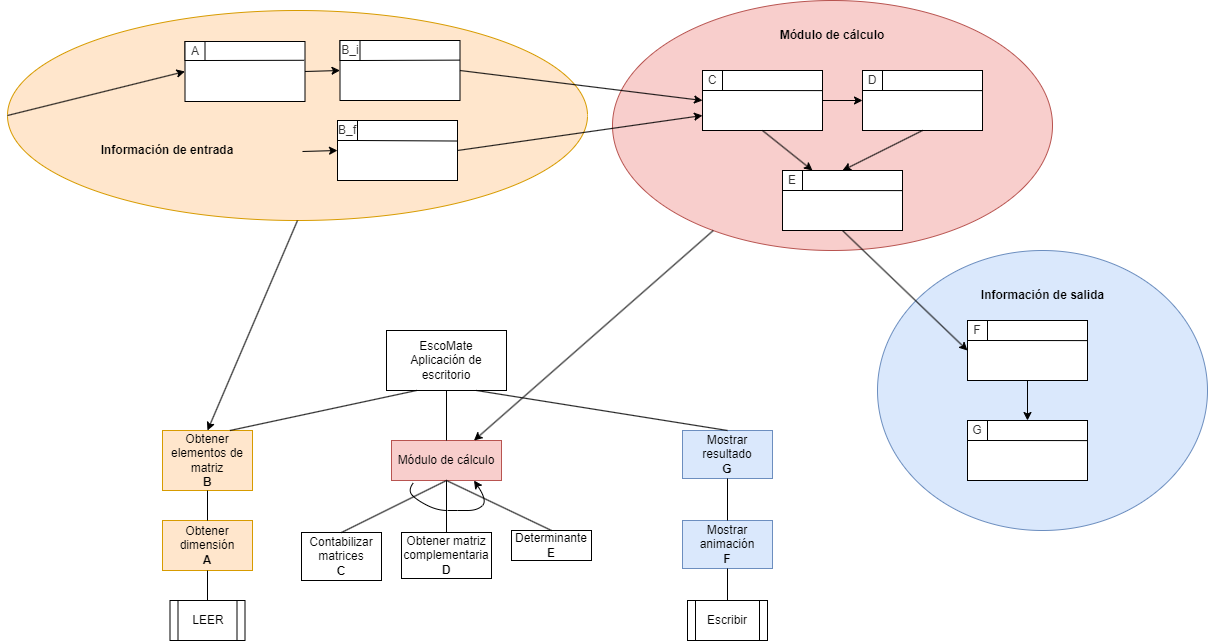
Earlier version of the draw.io export Documentos/Diagramas/DiagramaEstructura-DiagramaWeb.drawio.png (DiegoZunigaRguez/determinantsByBlocks). Source tidied: cells renumbered, new cells last; positions are measured from the earlier drawing's top-left corner, leaving out a move shared by most shapes.
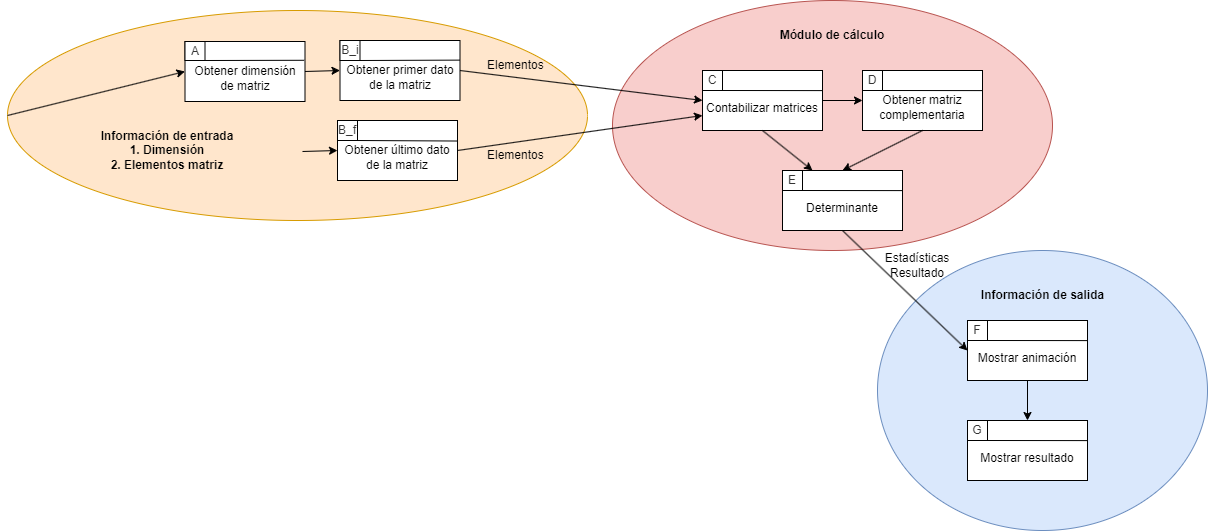
Later version of the same file.

What changed in the source:
```diff
@@ -10,17 +10,2 @@
     </mxCell>
-    <mxCell id="4" value="EscoMate&lt;br&gt;Aplicación de escritorio" style="rounded=0;whiteSpace=wrap;html=1;" parent="1" vertex="1">
-      <mxGeometry x="379" y="330" width="120" height="60" as="geometry" />
-    </mxCell>
-    <mxCell id="5" value="Obtener dimensión&lt;br&gt;&lt;b&gt;A&lt;/b&gt;" style="rounded=0;whiteSpace=wrap;html=1;fillColor=#ffe6cc;strokeColor=#d79b00;" parent="1" vertex="1">
-      <mxGeometry x="155" y="520" width="90" height="50" as="geometry" />
-    </mxCell>
-    <mxCell id="6" value="Obtener elementos de matriz&lt;br&gt;&lt;b&gt;B&lt;/b&gt;" style="rounded=0;whiteSpace=wrap;html=1;fillColor=#ffe6cc;strokeColor=#d79b00;" parent="1" vertex="1">
-      <mxGeometry x="155" y="430" width="90" height="60" as="geometry" />
-    </mxCell>
-    <mxCell id="7" value="LEER" style="shape=process;whiteSpace=wrap;html=1;backgroundOutline=1;" parent="1" vertex="1">
-      <mxGeometry x="162.5" y="600" width="75" height="40" as="geometry" />
-    </mxCell>
-    <mxCell id="8" value="Módulo de cálculo" style="rounded=0;whiteSpace=wrap;html=1;fillColor=#f8cecc;strokeColor=#b85450;" parent="1" vertex="1">
-      <mxGeometry x="384" y="440" width="110" height="40" as="geometry" />
-    </mxCell>
     <mxCell id="9" style="ellipse;whiteSpace=wrap;html=1;fillColor=#ffe6cc;strokeColor=#d79b00;" parent="1" vertex="1">
@@ -34,5 +19,5 @@
     </mxCell>
-    <mxCell id="12" style="rounded=0;whiteSpace=wrap;html=1;" parent="11" vertex="1">
-      <mxGeometry width="120" height="60" as="geometry" />
-    </mxCell>
+    <mxCell id="75" value="&lt;br&gt;Obtener primer dato de la matriz" style="rounded=0;whiteSpace=wrap;html=1;" parent="11" vertex="1">
+      <mxGeometry width="120" height="60" as="geometry" />
+    </mxCell>
     <mxCell id="13" value="B_i" style="text;html=1;align=center;verticalAlign=middle;whiteSpace=wrap;rounded=0;fillColor=#FFFFFF;fontColor=#333333;strokeColor=#000000;" parent="11" vertex="1">
@@ -40,11 +25,11 @@
     </mxCell>
-    <mxCell id="14" style="endArrow=none;html=1;rounded=0;exitX=1;exitY=1;exitDx=0;exitDy=0;entryX=0.999;entryY=0.327;entryDx=0;entryDy=0;entryPerimeter=0;" parent="11" edge="1" source="13" target="12">
-      <mxGeometry relative="1" as="geometry" />
-    </mxCell>
-    <mxCell id="15" style="rounded=0;whiteSpace=wrap;html=1;" parent="10" vertex="1">
-      <mxGeometry y="1" width="120" height="60" as="geometry" />
-    </mxCell>
-    <mxCell id="16" style="endArrow=classic;html=1;rounded=0;exitX=1;exitY=0.5;exitDx=0;exitDy=0;entryX=0;entryY=0.5;entryDx=0;entryDy=0;" parent="10" edge="1" source="15" target="12">
-      <mxGeometry relative="1" as="geometry" />
-    </mxCell>
+    <mxCell id="76" style="endArrow=none;html=1;rounded=0;exitX=1;exitY=1;exitDx=0;exitDy=0;entryX=0.999;entryY=0.327;entryDx=0;entryDy=0;entryPerimeter=0;" parent="11" edge="1" source="13" target="75">
+      <mxGeometry relative="1" as="geometry" />
+    </mxCell>
+    <mxCell id="77" value="&lt;br&gt;Obtener dimensión de matriz" style="rounded=0;whiteSpace=wrap;html=1;" parent="10" vertex="1">
+      <mxGeometry y="1" width="120" height="60" as="geometry" />
+    </mxCell>
+    <mxCell id="78" style="endArrow=classic;html=1;rounded=0;exitX=1;exitY=0.5;exitDx=0;exitDy=0;entryX=0;entryY=0.5;entryDx=0;entryDy=0;" parent="10" edge="1" source="77" target="75">
+      <mxGeometry relative="1" as="geometry" />
+    </mxCell>
     <mxCell id="17" value="A" style="text;html=1;align=center;verticalAlign=middle;whiteSpace=wrap;rounded=0;fillColor=#FFFFFF;fontColor=#333333;strokeColor=#000000;" parent="10" vertex="1">
@@ -52,50 +37,8 @@
     </mxCell>
-    <mxCell id="18" style="endArrow=none;html=1;rounded=0;exitX=1;exitY=1;exitDx=0;exitDy=0;entryX=0.993;entryY=0.313;entryDx=0;entryDy=0;entryPerimeter=0;" parent="10" edge="1" source="17" target="15">
-      <mxGeometry relative="1" as="geometry" />
-    </mxCell>
-    <mxCell id="19" style="endArrow=classic;html=1;rounded=0;exitX=0;exitY=0.5;exitDx=0;exitDy=0;entryX=0;entryY=0.5;entryDx=0;entryDy=0;" parent="1" edge="1" source="9" target="15">
-      <mxGeometry relative="1" as="geometry" />
-    </mxCell>
-    <mxCell id="20" value="Obtener matriz complementaria&lt;br&gt;&lt;b&gt;D&lt;/b&gt;" style="rounded=0;whiteSpace=wrap;html=1;" parent="1" vertex="1">
-      <mxGeometry x="394" y="532" width="90" height="46" as="geometry" />
-    </mxCell>
-    <mxCell id="21" value="Contabilizar matrices&lt;br&gt;&lt;b&gt;C&lt;/b&gt;" style="rounded=0;whiteSpace=wrap;html=1;" parent="1" vertex="1">
-      <mxGeometry x="294" y="532" width="80" height="48" as="geometry" />
-    </mxCell>
-    <mxCell id="22" value="Determinante&lt;br&gt;&lt;b&gt;E&lt;/b&gt;" style="rounded=0;whiteSpace=wrap;html=1;" parent="1" vertex="1">
-      <mxGeometry x="504" y="530" width="80" height="30" as="geometry" />
-    </mxCell>
-    <mxCell id="23" style="endArrow=none;html=1;rounded=0;entryX=0.5;entryY=1;entryDx=0;entryDy=0;exitX=0.5;exitY=0;exitDx=0;exitDy=0;" parent="1" edge="1" source="21" target="8">
-      <mxGeometry relative="1" as="geometry" />
-    </mxCell>
-    <mxCell id="24" style="endArrow=none;html=1;rounded=0;entryX=0.5;entryY=1;entryDx=0;entryDy=0;exitX=0.5;exitY=0;exitDx=0;exitDy=0;" parent="1" edge="1" source="20" target="8">
-      <mxGeometry relative="1" as="geometry" />
-    </mxCell>
-    <mxCell id="25" style="endArrow=none;html=1;rounded=0;entryX=0.5;entryY=1;entryDx=0;entryDy=0;exitX=0.5;exitY=0;exitDx=0;exitDy=0;" parent="1" edge="1" source="22" target="8">
-      <mxGeometry relative="1" as="geometry" />
-    </mxCell>
-    <mxCell id="26" style="curved=1;endArrow=classic;html=1;rounded=0;exitX=0.199;exitY=1.057;exitDx=0;exitDy=0;exitPerimeter=0;entryX=0.75;entryY=1;entryDx=0;entryDy=0;" parent="1" edge="1" source="8" target="8">
-      <mxGeometry relative="1" as="geometry">
-        <Array as="points">
-          <mxPoint x="400" y="490" />
-          <mxPoint x="410" y="500" />
-          <mxPoint x="430" y="510" />
-          <mxPoint x="450" y="510" />
-          <mxPoint x="470" y="510" />
-          <mxPoint x="480" y="500" />
-        </Array>
-      </mxGeometry>
-    </mxCell>
-    <mxCell id="27" style="endArrow=none;html=1;rounded=0;entryX=0.25;entryY=1;entryDx=0;entryDy=0;exitX=0.75;exitY=0;exitDx=0;exitDy=0;" parent="1" edge="1" source="6" target="4">
-      <mxGeometry relative="1" as="geometry" />
-    </mxCell>
-    <mxCell id="28" style="endArrow=none;html=1;rounded=0;entryX=0.5;entryY=1;entryDx=0;entryDy=0;" parent="1" edge="1" source="5" target="6">
-      <mxGeometry relative="1" as="geometry" />
-    </mxCell>
-    <mxCell id="29" style="endArrow=none;html=1;rounded=0;entryX=0.5;entryY=1;entryDx=0;entryDy=0;exitX=0.5;exitY=0;exitDx=0;exitDy=0;" parent="1" edge="1" source="7" target="5">
-      <mxGeometry relative="1" as="geometry" />
-    </mxCell>
-    <mxCell id="30" style="endArrow=classic;html=1;rounded=0;entryX=0.5;entryY=0;entryDx=0;entryDy=0;exitX=0.5;exitY=1;exitDx=0;exitDy=0;" parent="1" edge="1" source="9" target="6">
-      <mxGeometry relative="1" as="geometry" />
-    </mxCell>
+    <mxCell id="79" style="endArrow=none;html=1;rounded=0;exitX=1;exitY=1;exitDx=0;exitDy=0;entryX=0.993;entryY=0.313;entryDx=0;entryDy=0;entryPerimeter=0;" parent="10" edge="1" source="17" target="77">
+      <mxGeometry relative="1" as="geometry" />
+    </mxCell>
+    <mxCell id="80" style="endArrow=classic;html=1;rounded=0;exitX=0;exitY=0.5;exitDx=0;exitDy=0;entryX=0;entryY=0.5;entryDx=0;entryDy=0;" parent="1" edge="1" source="9" target="77">
+      <mxGeometry relative="1" as="geometry" />
+    </mxCell>
     <mxCell id="31" style="group;" parent="1" vertex="1">
@@ -106,5 +49,5 @@
     </mxCell>
-    <mxCell id="33" style="rounded=0;whiteSpace=wrap;html=1;" parent="32" vertex="1">
-      <mxGeometry width="120" height="60" as="geometry" />
-    </mxCell>
+    <mxCell id="81" value="&lt;br&gt;Obtener último dato de la matriz" style="rounded=0;whiteSpace=wrap;html=1;" parent="32" vertex="1">
+      <mxGeometry width="120" height="60" as="geometry" />
+    </mxCell>
     <mxCell id="34" value="B_f" style="text;html=1;align=center;verticalAlign=middle;whiteSpace=wrap;rounded=0;fillColor=#FFFFFF;fontColor=#333333;strokeColor=#000000;" parent="32" vertex="1">
@@ -112,10 +55,10 @@
     </mxCell>
-    <mxCell id="35" style="endArrow=none;html=1;rounded=0;exitX=1;exitY=1;exitDx=0;exitDy=0;entryX=0.992;entryY=0.342;entryDx=0;entryDy=0;entryPerimeter=0;" parent="32" edge="1" source="34" target="33">
-      <mxGeometry relative="1" as="geometry" />
-    </mxCell>
-    <mxCell id="36" style="endArrow=classic;html=1;rounded=0;exitX=1;exitY=0.5;exitDx=0;exitDy=0;entryX=0;entryY=0.5;entryDx=0;entryDy=0;" parent="31" edge="1" target="33">
-      <mxGeometry relative="1" as="geometry">
-        <mxPoint y="31" as="sourcePoint" />
-      </mxGeometry>
-    </mxCell>
+    <mxCell id="82" style="endArrow=none;html=1;rounded=0;exitX=1;exitY=1;exitDx=0;exitDy=0;entryX=0.992;entryY=0.342;entryDx=0;entryDy=0;entryPerimeter=0;" parent="32" edge="1" source="34" target="81">
+      <mxGeometry relative="1" as="geometry" />
+    </mxCell>
+    <mxCell id="83" style="endArrow=classic;html=1;rounded=0;exitX=1;exitY=0.5;exitDx=0;exitDy=0;entryX=0;entryY=0.5;entryDx=0;entryDy=0;" parent="31" edge="1" target="81">
+      <mxGeometry relative="1" as="geometry">
+        <mxPoint y="31" as="sourcePoint" />
+      </mxGeometry>
+    </mxCell>
     <mxCell id="37" style="group;" parent="1" vertex="1">
@@ -123,5 +66,5 @@
     </mxCell>
-    <mxCell id="38" style="rounded=0;whiteSpace=wrap;html=1;" parent="37" vertex="1">
-      <mxGeometry width="120" height="60" as="geometry" />
-    </mxCell>
+    <mxCell id="84" value="&lt;br&gt;Contabilizar matrices" style="rounded=0;whiteSpace=wrap;html=1;" parent="37" vertex="1">
+      <mxGeometry width="120" height="60" as="geometry" />
+    </mxCell>
     <mxCell id="39" value="C" style="text;html=1;align=center;verticalAlign=middle;whiteSpace=wrap;rounded=0;fillColor=#FFFFFF;fontColor=#333333;strokeColor=#000000;" parent="37" vertex="1">
@@ -129,5 +72,5 @@
     </mxCell>
-    <mxCell id="40" style="endArrow=none;html=1;rounded=0;exitX=1;exitY=1;exitDx=0;exitDy=0;entryX=1.004;entryY=0.335;entryDx=0;entryDy=0;entryPerimeter=0;" parent="37" edge="1" source="39" target="38">
-      <mxGeometry relative="1" as="geometry" />
-    </mxCell>
+    <mxCell id="85" style="endArrow=none;html=1;rounded=0;exitX=1;exitY=1;exitDx=0;exitDy=0;entryX=1.004;entryY=0.335;entryDx=0;entryDy=0;entryPerimeter=0;" parent="37" edge="1" source="39" target="84">
+      <mxGeometry relative="1" as="geometry" />
+    </mxCell>
     <mxCell id="41" style="group;" parent="1" vertex="1">
@@ -135,5 +78,5 @@
     </mxCell>
-    <mxCell id="42" style="rounded=0;whiteSpace=wrap;html=1;" parent="41" vertex="1">
-      <mxGeometry width="120" height="60" as="geometry" />
-    </mxCell>
+    <mxCell id="86" value="&lt;br&gt;Obtener matriz complementaria" style="rounded=0;whiteSpace=wrap;html=1;" parent="41" vertex="1">
+      <mxGeometry width="120" height="60" as="geometry" />
+    </mxCell>
     <mxCell id="43" value="D" style="text;html=1;align=center;verticalAlign=middle;whiteSpace=wrap;rounded=0;fillColor=#FFFFFF;fontColor=#333333;strokeColor=#000000;" parent="41" vertex="1">
@@ -141,5 +84,5 @@
     </mxCell>
-    <mxCell id="44" style="endArrow=none;html=1;rounded=0;exitX=1;exitY=1;exitDx=0;exitDy=0;entryX=1.004;entryY=0.335;entryDx=0;entryDy=0;entryPerimeter=0;" parent="41" edge="1" source="43" target="42">
-      <mxGeometry relative="1" as="geometry" />
-    </mxCell>
+    <mxCell id="87" style="endArrow=none;html=1;rounded=0;exitX=1;exitY=1;exitDx=0;exitDy=0;entryX=1.004;entryY=0.335;entryDx=0;entryDy=0;entryPerimeter=0;" parent="41" edge="1" source="43" target="86">
+      <mxGeometry relative="1" as="geometry" />
+    </mxCell>
     <mxCell id="45" style="group;" parent="1" vertex="1">
@@ -147,5 +90,5 @@
     </mxCell>
-    <mxCell id="46" style="rounded=0;whiteSpace=wrap;html=1;" parent="45" vertex="1">
-      <mxGeometry width="120" height="60" as="geometry" />
-    </mxCell>
+    <mxCell id="88" value="&lt;br&gt;Determinante" style="rounded=0;whiteSpace=wrap;html=1;" parent="45" vertex="1">
+      <mxGeometry width="120" height="60" as="geometry" />
+    </mxCell>
     <mxCell id="47" value="E" style="text;html=1;align=center;verticalAlign=middle;whiteSpace=wrap;rounded=0;fillColor=#FFFFFF;fontColor=#333333;strokeColor=#000000;" parent="45" vertex="1">
@@ -153,23 +96,23 @@
     </mxCell>
-    <mxCell id="48" style="endArrow=none;html=1;rounded=0;exitX=1;exitY=1;exitDx=0;exitDy=0;entryX=1.004;entryY=0.335;entryDx=0;entryDy=0;entryPerimeter=0;" parent="45" edge="1" source="47" target="46">
-      <mxGeometry relative="1" as="geometry" />
-    </mxCell>
-    <mxCell id="49" value="Información de entrada" style="text;html=1;strokeColor=none;fillColor=none;align=center;verticalAlign=middle;whiteSpace=wrap;rounded=0;fontStyle=1;" parent="1" vertex="1">
-      <mxGeometry x="75" y="135" width="170" height="30" as="geometry" />
-    </mxCell>
-    <mxCell id="50" style="endArrow=classic;html=1;rounded=0;exitX=1;exitY=0.5;exitDx=0;exitDy=0;entryX=0;entryY=0.5;entryDx=0;entryDy=0;" parent="1" edge="1" source="12" target="38">
-      <mxGeometry relative="1" as="geometry" />
-    </mxCell>
-    <mxCell id="51" style="endArrow=classic;html=1;rounded=0;exitX=1;exitY=0.5;exitDx=0;exitDy=0;entryX=0;entryY=0.75;entryDx=0;entryDy=0;" parent="1" edge="1" source="33" target="38">
-      <mxGeometry relative="1" as="geometry" />
-    </mxCell>
-    <mxCell id="52" style="endArrow=classic;html=1;rounded=0;exitX=1;exitY=0.5;exitDx=0;exitDy=0;entryX=0;entryY=0.5;entryDx=0;entryDy=0;" parent="1" edge="1" source="38" target="42">
-      <mxGeometry relative="1" as="geometry" />
-    </mxCell>
-    <mxCell id="53" style="endArrow=classic;html=1;rounded=0;exitX=0.5;exitY=1;exitDx=0;exitDy=0;entryX=0.5;entryY=0;entryDx=0;entryDy=0;" parent="1" edge="1" source="42" target="46">
-      <mxGeometry relative="1" as="geometry" />
-    </mxCell>
-    <mxCell id="54" style="endArrow=classic;html=1;rounded=0;exitX=0.5;exitY=1;exitDx=0;exitDy=0;entryX=0.25;entryY=0;entryDx=0;entryDy=0;" parent="1" edge="1" source="38" target="46">
-      <mxGeometry relative="1" as="geometry" />
-    </mxCell>
+    <mxCell id="89" style="endArrow=none;html=1;rounded=0;exitX=1;exitY=1;exitDx=0;exitDy=0;entryX=1.004;entryY=0.335;entryDx=0;entryDy=0;entryPerimeter=0;" parent="45" edge="1" source="47" target="88">
+      <mxGeometry relative="1" as="geometry" />
+    </mxCell>
+    <mxCell id="90" value="Información de entrada&lt;br&gt;1. Dimensión&lt;br&gt;2. Elementos matriz" style="text;html=1;strokeColor=none;fillColor=none;align=center;verticalAlign=middle;whiteSpace=wrap;rounded=0;fontStyle=1;" parent="1" vertex="1">
+      <mxGeometry x="75" y="135" width="170" height="30" as="geometry" />
+    </mxCell>
+    <mxCell id="91" style="endArrow=classic;html=1;rounded=0;exitX=1;exitY=0.5;exitDx=0;exitDy=0;entryX=0;entryY=0.5;entryDx=0;entryDy=0;" parent="1" edge="1" source="75" target="84">
+      <mxGeometry relative="1" as="geometry" />
+    </mxCell>
+    <mxCell id="92" style="endArrow=classic;html=1;rounded=0;exitX=1;exitY=0.5;exitDx=0;exitDy=0;entryX=0;entryY=0.75;entryDx=0;entryDy=0;" parent="1" edge="1" source="81" target="84">
+      <mxGeometry relative="1" as="geometry" />
+    </mxCell>
+    <mxCell id="93" style="endArrow=classic;html=1;rounded=0;exitX=1;exitY=0.5;exitDx=0;exitDy=0;entryX=0;entryY=0.5;entryDx=0;entryDy=0;" parent="1" edge="1" source="84" target="86">
+      <mxGeometry relative="1" as="geometry" />
+    </mxCell>
+    <mxCell id="94" style="endArrow=classic;html=1;rounded=0;exitX=0.5;exitY=1;exitDx=0;exitDy=0;entryX=0.5;entryY=0;entryDx=0;entryDy=0;" parent="1" edge="1" source="86" target="88">
+      <mxGeometry relative="1" as="geometry" />
+    </mxCell>
+    <mxCell id="95" style="endArrow=classic;html=1;rounded=0;exitX=0.5;exitY=1;exitDx=0;exitDy=0;entryX=0.25;entryY=0;entryDx=0;entryDy=0;" parent="1" edge="1" source="84" target="88">
+      <mxGeometry relative="1" as="geometry" />
+    </mxCell>
     <mxCell id="55" value="Módulo de cálculo" style="text;html=1;strokeColor=none;fillColor=none;align=center;verticalAlign=middle;whiteSpace=wrap;rounded=0;fontStyle=1;" parent="1" vertex="1">
@@ -177,11 +120,2 @@
     </mxCell>
-    <mxCell id="56" style="endArrow=none;html=1;rounded=0;exitX=0.5;exitY=1;exitDx=0;exitDy=0;entryX=0.5;entryY=0;entryDx=0;entryDy=0;" parent="1" edge="1" source="4" target="8">
-      <mxGeometry relative="1" as="geometry" />
-    </mxCell>
-    <mxCell id="57" style="endArrow=classic;html=1;rounded=0;entryX=0.75;entryY=0;entryDx=0;entryDy=0;" parent="1" edge="1" source="3" target="8">
-      <mxGeometry relative="1" as="geometry" />
-    </mxCell>
-    <mxCell id="58" value="Escribir" style="shape=process;whiteSpace=wrap;html=1;backgroundOutline=1;" parent="1" vertex="1">
-      <mxGeometry x="680" y="600" width="80" height="40" as="geometry" />
-    </mxCell>
     <mxCell id="59" style="group;" parent="1" vertex="1">
@@ -189,5 +123,5 @@
     </mxCell>
-    <mxCell id="60" style="rounded=0;whiteSpace=wrap;html=1;" parent="59" vertex="1">
-      <mxGeometry width="120" height="60" as="geometry" />
-    </mxCell>
+    <mxCell id="96" value="&lt;br&gt;Mostrar animación" style="rounded=0;whiteSpace=wrap;html=1;" parent="59" vertex="1">
+      <mxGeometry width="120" height="60" as="geometry" />
+    </mxCell>
     <mxCell id="61" value="F" style="text;html=1;align=center;verticalAlign=middle;whiteSpace=wrap;rounded=0;fillColor=#FFFFFF;fontColor=#333333;strokeColor=#000000;" parent="59" vertex="1">
@@ -195,20 +129,5 @@
     </mxCell>
-    <mxCell id="62" style="endArrow=none;html=1;rounded=0;exitX=1;exitY=1;exitDx=0;exitDy=0;entryX=1.004;entryY=0.335;entryDx=0;entryDy=0;entryPerimeter=0;" parent="59" edge="1" source="61" target="60">
-      <mxGeometry relative="1" as="geometry" />
-    </mxCell>
-    <mxCell id="63" value="Mostrar resultado&lt;br&gt;&lt;b&gt;G&lt;/b&gt;" style="rounded=0;whiteSpace=wrap;html=1;fillColor=#dae8fc;strokeColor=#6c8ebf;" parent="1" vertex="1">
-      <mxGeometry x="675" y="430" width="90" height="48" as="geometry" />
-    </mxCell>
-    <mxCell id="64" value="Mostrar animación&lt;br&gt;&lt;b&gt;F&lt;/b&gt;" style="rounded=0;whiteSpace=wrap;html=1;fillColor=#dae8fc;strokeColor=#6c8ebf;" parent="1" vertex="1">
-      <mxGeometry x="675" y="520" width="90" height="48" as="geometry" />
-    </mxCell>
-    <mxCell id="65" style="endArrow=none;html=1;rounded=0;exitX=0.75;exitY=1;exitDx=0;exitDy=0;entryX=0.5;entryY=0;entryDx=0;entryDy=0;" parent="1" edge="1" source="4" target="63">
-      <mxGeometry relative="1" as="geometry" />
-    </mxCell>
-    <mxCell id="66" style="endArrow=none;html=1;rounded=0;entryX=0.5;entryY=1;entryDx=0;entryDy=0;" parent="1" edge="1" source="64" target="63">
-      <mxGeometry relative="1" as="geometry" />
-    </mxCell>
-    <mxCell id="67" style="endArrow=none;html=1;rounded=0;entryX=0.5;entryY=1;entryDx=0;entryDy=0;exitX=0.5;exitY=0;exitDx=0;exitDy=0;" parent="1" edge="1" source="58" target="64">
-      <mxGeometry relative="1" as="geometry" />
-    </mxCell>
+    <mxCell id="97" style="endArrow=none;html=1;rounded=0;exitX=1;exitY=1;exitDx=0;exitDy=0;entryX=1.004;entryY=0.335;entryDx=0;entryDy=0;entryPerimeter=0;" parent="59" edge="1" source="61" target="96">
+      <mxGeometry relative="1" as="geometry" />
+    </mxCell>
     <mxCell id="68" style="group;" parent="1" vertex="1">
@@ -216,5 +135,5 @@
     </mxCell>
-    <mxCell id="69" style="rounded=0;whiteSpace=wrap;html=1;" parent="68" vertex="1">
-      <mxGeometry width="120" height="60" as="geometry" />
-    </mxCell>
+    <mxCell id="98" value="&lt;br&gt;Mostrar resultado" style="rounded=0;whiteSpace=wrap;html=1;" parent="68" vertex="1">
+      <mxGeometry width="120" height="60" as="geometry" />
+    </mxCell>
     <mxCell id="70" value="G" style="text;html=1;align=center;verticalAlign=middle;whiteSpace=wrap;rounded=0;fillColor=#FFFFFF;fontColor=#333333;strokeColor=#000000;" parent="68" vertex="1">
@@ -222,11 +141,11 @@
     </mxCell>
-    <mxCell id="71" style="endArrow=none;html=1;rounded=0;exitX=1;exitY=1;exitDx=0;exitDy=0;entryX=1.004;entryY=0.335;entryDx=0;entryDy=0;entryPerimeter=0;" parent="68" edge="1" source="70" target="69">
-      <mxGeometry relative="1" as="geometry" />
-    </mxCell>
-    <mxCell id="72" style="endArrow=classic;html=1;rounded=0;exitX=0.5;exitY=1;exitDx=0;exitDy=0;entryX=0;entryY=0.5;entryDx=0;entryDy=0;" parent="1" edge="1" source="46" target="60">
-      <mxGeometry relative="1" as="geometry" />
-    </mxCell>
-    <mxCell id="73" style="endArrow=classic;html=1;rounded=0;exitX=0.5;exitY=1;exitDx=0;exitDy=0;entryX=0.5;entryY=0;entryDx=0;entryDy=0;" parent="1" edge="1" source="60" target="69">
-      <mxGeometry relative="1" as="geometry" />
-    </mxCell>
+    <mxCell id="99" style="endArrow=none;html=1;rounded=0;exitX=1;exitY=1;exitDx=0;exitDy=0;entryX=1.004;entryY=0.335;entryDx=0;entryDy=0;entryPerimeter=0;" parent="68" edge="1" source="70" target="98">
+      <mxGeometry relative="1" as="geometry" />
+    </mxCell>
+    <mxCell id="100" style="endArrow=classic;html=1;rounded=0;exitX=0.5;exitY=1;exitDx=0;exitDy=0;entryX=0;entryY=0.5;entryDx=0;entryDy=0;" parent="1" edge="1" source="88" target="96">
+      <mxGeometry relative="1" as="geometry" />
+    </mxCell>
+    <mxCell id="101" style="endArrow=classic;html=1;rounded=0;exitX=0.5;exitY=1;exitDx=0;exitDy=0;entryX=0.5;entryY=0;entryDx=0;entryDy=0;" parent="1" edge="1" source="96" target="98">
+      <mxGeometry relative="1" as="geometry" />
+    </mxCell>
     <mxCell id="74" value="&lt;b&gt;Información de salida&lt;/b&gt;" style="text;html=1;strokeColor=none;fillColor=none;align=center;verticalAlign=middle;whiteSpace=wrap;rounded=0;" parent="1" vertex="1">
@@ -234,2 +153,11 @@
     </mxCell>
+    <mxCell id="102" value="Elementos&amp;nbsp;" style="text;html=1;strokeColor=none;fillColor=none;align=center;verticalAlign=middle;whiteSpace=wrap;rounded=0;" parent="1" vertex="1">
+      <mxGeometry x="480" y="50" width="60" height="30" as="geometry" />
+    </mxCell>
+    <mxCell id="103" value="Elementos&amp;nbsp;" style="text;html=1;strokeColor=none;fillColor=none;align=center;verticalAlign=middle;whiteSpace=wrap;rounded=0;" parent="1" vertex="1">
+      <mxGeometry x="480" y="140" width="60" height="30" as="geometry" />
+    </mxCell>
+    <mxCell id="104" value="Estadísticas&lt;br&gt;Resultado" style="text;html=1;strokeColor=none;fillColor=none;align=center;verticalAlign=middle;whiteSpace=wrap;rounded=0;" parent="1" vertex="1">
+      <mxGeometry x="880" y="250" width="60" height="30" as="geometry" />
+    </mxCell>
   </root>
```
